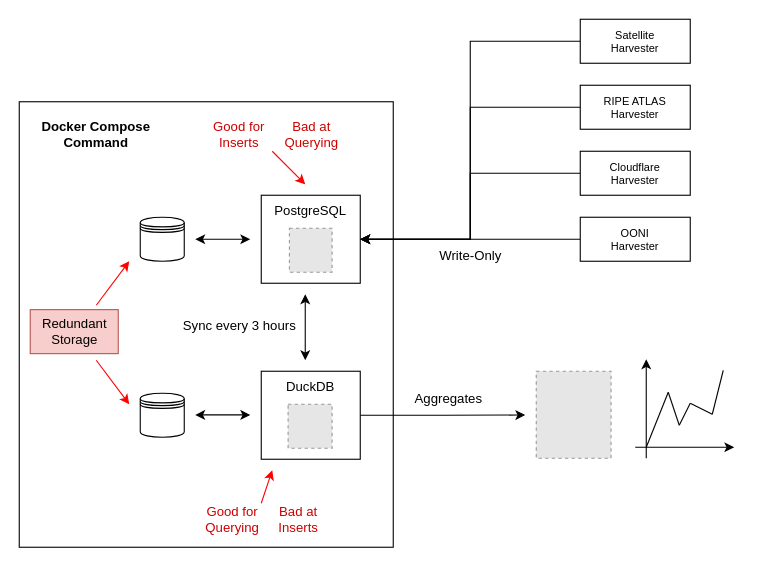
Above: docs/notes/architecture.drawio in diic-starlink/performance-insights-into-starlink (draw.io), before the change. Source tidied: cells renumbered, new cells numbered last; positions are measured from the earlier drawing's top-left corner, leaving out a move shared by most shapes. Both pictures are drawn from the tidied source at 110%, with x=0, y=0 at pixel (19, 19). Pictures stored in the file or linked from it are replaced by grey dashed boxes.
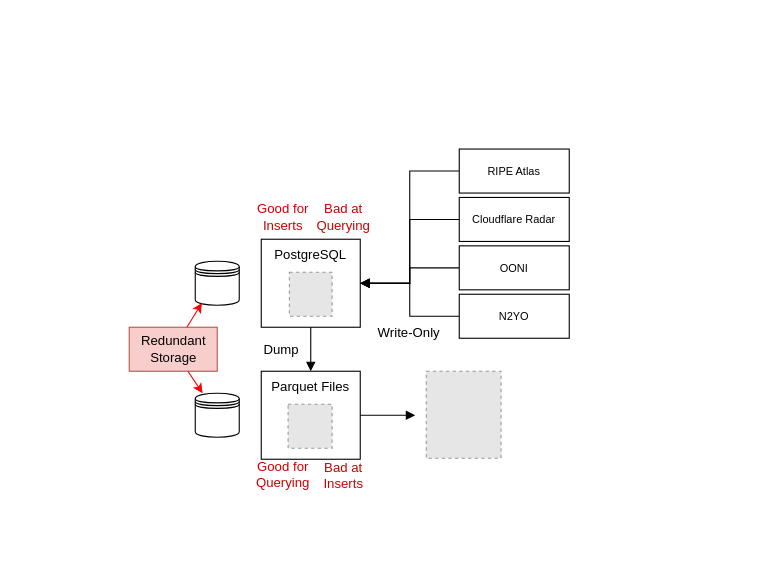
Above is the later version.

What changed in the source:
```diff
@@
     <mxCell id="2" value="PostgreSQL" style="rounded=0;whiteSpace=wrap;html=1;verticalAlign=top;" parent="1" vertex="1">
-      <mxGeometry x="220" y="160" width="90" height="80" as="geometry" />
+      <mxGeometry x="220" y="200" width="90" height="80" as="geometry" />
     </mxCell>
     <mxCell id="3" style="fillColor=#E6E6E6;strokeColor=#999999;dashed=1;verticalLabelPosition=bottom;labelBackgroundColor=default;verticalAlign=top;" parent="1" vertex="1">
-      <mxGeometry x="245.6" y="190" width="38.8" height="40" as="geometry" />
+      <mxGeometry x="245.6" y="230" width="38.8" height="40" as="geometry" />
     </mxCell>
     <mxCell id="4" style="shape=datastore;whiteSpace=wrap;html=1;" parent="1" vertex="1">
-      <mxGeometry x="110" y="180" width="40" height="40" as="geometry" />
+      <mxGeometry x="160" y="220" width="40" height="40" as="geometry" />
     </mxCell>
-    <mxCell id="5" style="endArrow=classic;startArrow=classic;html=1;rounded=0;" parent="1" edge="1">
-      <mxGeometry relative="1" as="geometry">
-        <mxPoint x="160" y="200" as="sourcePoint" />
-        <mxPoint x="210" y="200" as="targetPoint" />
-      </mxGeometry>
-    </mxCell>
-    <mxCell id="6" style="edgeStyle=orthogonalEdgeStyle;rounded=0;jettySize=auto;html=1;exitX=1;exitY=0.5;exitDx=0;exitDy=0;" parent="1" edge="1" source="7">
-      <mxGeometry relative="1" as="geometry">
-        <mxPoint x="460" y="359.8" as="targetPoint" />
-      </mxGeometry>
-    </mxCell>
-    <mxCell id="7" value="DuckDB" style="rounded=0;whiteSpace=wrap;html=1;verticalAlign=top;" parent="1" vertex="1">
+    <mxCell id="7" value="Parquet Files" style="rounded=0;whiteSpace=wrap;html=1;verticalAlign=top;" parent="1" vertex="1">
       <mxGeometry x="220" y="320" width="90" height="80" as="geometry" />
     </mxCell>
@@
     <mxCell id="9" style="shape=datastore;whiteSpace=wrap;html=1;" parent="1" vertex="1">
-      <mxGeometry x="110" y="340" width="40" height="40" as="geometry" />
+      <mxGeometry x="160" y="340" width="40" height="40" as="geometry" />
     </mxCell>
-    <mxCell id="10" style="endArrow=classic;startArrow=classic;html=1;rounded=0;" parent="1" edge="1">
-      <mxGeometry relative="1" as="geometry">
-        <mxPoint x="160" y="359.7" as="sourcePoint" />
-        <mxPoint x="210" y="359.7" as="targetPoint" />
-      </mxGeometry>
-    </mxCell>
-    <mxCell id="11" style="endArrow=classic;startArrow=classic;html=1;rounded=0;" parent="1" edge="1">
-      <mxGeometry relative="1" as="geometry">
-        <mxPoint x="260" y="250" as="sourcePoint" />
-        <mxPoint x="260" y="310" as="targetPoint" />
-      </mxGeometry>
+    <mxCell id="11" style="endArrow=block;startArrow=none;html=1;rounded=0;startFill=0;exitX=0.5;exitY=1;exitDx=0;exitDy=0;entryX=0.5;entryY=0;entryDx=0;entryDy=0;endFill=1;" parent="1" edge="1" source="2" target="7">
+      <mxGeometry relative="1" as="geometry" />
     </mxCell>
-    <mxCell id="12" value="Sync every 3 hours" style="text;html=1;align=center;verticalAlign=middle;strokeColor=none;fillColor=none;" parent="1" vertex="1">
-      <mxGeometry x="135" y="264" width="130" height="30" as="geometry" />
+    <mxCell id="12" value="Dump" style="text;html=1;align=center;verticalAlign=middle;strokeColor=none;fillColor=none;" parent="1" vertex="1">
+      <mxGeometry x="208" y="286" width="60" height="30" as="geometry" />
     </mxCell>
-    <mxCell id="13" style="edgeStyle=orthogonalEdgeStyle;rounded=0;jettySize=auto;html=1;exitX=0;exitY=0.5;exitDx=0;exitDy=0;entryX=1;entryY=0.5;entryDx=0;entryDy=0;" parent="1" edge="1" source="14" target="2">
+    <mxCell id="13" style="edgeStyle=orthogonalEdgeStyle;rounded=0;jettySize=auto;html=1;exitX=0;exitY=0.5;exitDx=0;exitDy=0;entryX=1;entryY=0.5;entryDx=0;entryDy=0;endArrow=block;endFill=1;" parent="1" edge="1" source="14" target="2">
       <mxGeometry relative="1" as="geometry" />
     </mxCell>
-    <mxCell id="14" value="RIPE ATLAS&lt;div style=&quot;font-size: 10px;&quot;&gt;Harvester&lt;/div&gt;" style="rounded=0;whiteSpace=wrap;html=1;fontSize=10;" parent="1" vertex="1">
-      <mxGeometry x="510" y="60" width="100" height="40" as="geometry" />
+    <mxCell id="14" value="Cloudflare Radar" style="rounded=0;whiteSpace=wrap;html=1;fontSize=10;" parent="1" vertex="1">
+      <mxGeometry x="400" y="162" width="100" height="40" as="geometry" />
     </mxCell>
-    <mxCell id="15" style="edgeStyle=orthogonalEdgeStyle;rounded=0;jettySize=auto;html=1;exitX=0;exitY=0.5;exitDx=0;exitDy=0;entryX=1;entryY=0.5;entryDx=0;entryDy=0;" parent="1" edge="1" source="16" target="2">
+    <mxCell id="15" style="edgeStyle=orthogonalEdgeStyle;rounded=0;jettySize=auto;html=1;exitX=0;exitY=0.5;exitDx=0;exitDy=0;entryX=1;entryY=0.5;entryDx=0;entryDy=0;endArrow=block;endFill=1;" parent="1" edge="1" source="16" target="2">
       <mxGeometry relative="1" as="geometry" />
     </mxCell>
-    <mxCell id="16" value="&lt;div style=&quot;font-size: 10px;&quot;&gt;Cloudflare&lt;/div&gt;&lt;div style=&quot;font-size: 10px;&quot;&gt;Harvester&lt;/div&gt;" style="rounded=0;whiteSpace=wrap;html=1;fontSize=10;" parent="1" vertex="1">
-      <mxGeometry x="510" y="120" width="100" height="40" as="geometry" />
+    <mxCell id="16" value="&lt;div style=&quot;font-size: 10px;&quot;&gt;OONI&lt;/div&gt;" style="rounded=0;whiteSpace=wrap;html=1;fontSize=10;" parent="1" vertex="1">
+      <mxGeometry x="400" y="206" width="100" height="40" as="geometry" />
     </mxCell>
-    <mxCell id="17" style="edgeStyle=orthogonalEdgeStyle;rounded=0;jettySize=auto;html=1;exitX=0;exitY=0.5;exitDx=0;exitDy=0;entryX=1;entryY=0.5;entryDx=0;entryDy=0;" parent="1" edge="1" source="18" target="2">
+    <mxCell id="17" style="edgeStyle=orthogonalEdgeStyle;rounded=0;jettySize=auto;html=1;exitX=0;exitY=0.5;exitDx=0;exitDy=0;entryX=1;entryY=0.5;entryDx=0;entryDy=0;endArrow=block;endFill=1;" parent="1" edge="1" source="18" target="2">
       <mxGeometry relative="1" as="geometry" />
     </mxCell>
-    <mxCell id="18" value="&lt;div style=&quot;font-size: 10px;&quot;&gt;OONI&lt;/div&gt;&lt;div style=&quot;font-size: 10px;&quot;&gt;Harvester&lt;/div&gt;" style="rounded=0;whiteSpace=wrap;html=1;fontSize=10;" parent="1" vertex="1">
-      <mxGeometry x="510" y="180" width="100" height="40" as="geometry" />
+    <mxCell id="18" value="&lt;div style=&quot;font-size: 10px;&quot;&gt;N2YO&lt;/div&gt;" style="rounded=0;whiteSpace=wrap;html=1;fontSize=10;" parent="1" vertex="1">
+      <mxGeometry x="400" y="250" width="100" height="40" as="geometry" />
     </mxCell>
     <mxCell id="19" value="Write-Only" style="text;html=1;align=center;verticalAlign=middle;strokeColor=none;fillColor=none;" parent="1" vertex="1">
-      <mxGeometry x="370" y="200" width="80" height="30" as="geometry" />
+      <mxGeometry x="313.5" y="270" width="80" height="30" as="geometry" />
     </mxCell>
-    <mxCell id="20" style="fillColor=#E6E6E6;strokeColor=#999999;dashed=1;verticalLabelPosition=bottom;labelBackgroundColor=default;verticalAlign=top;" parent="1" vertex="1">
-      <mxGeometry x="470" y="320" width="68" height="79.1" as="geometry" />
-    </mxCell>
-    <mxCell id="21" value="Aggregates" style="text;html=1;align=center;verticalAlign=middle;strokeColor=none;fillColor=none;" parent="1" vertex="1">
-      <mxGeometry x="350" y="330" width="80" height="30" as="geometry" />
-    </mxCell>
     <mxCell id="22" value="Redundant&lt;div&gt;Storage&lt;/div&gt;" style="text;html=1;align=center;verticalAlign=middle;points=[];strokeColor=#b85450;fillColor=#f8cecc;" parent="1" vertex="1">
-      <mxGeometry x="10" y="264" width="80" height="40" as="geometry" />
+      <mxGeometry x="100" y="280" width="80" height="40" as="geometry" />
     </mxCell>
-    <mxCell id="23" style="endArrow=classic;html=1;rounded=0;strokeColor=#FF0000;" parent="1" edge="1">
-      <mxGeometry relative="1" as="geometry">
-        <mxPoint x="70" y="260" as="sourcePoint" />
-        <mxPoint x="100" y="220" as="targetPoint" />
-      </mxGeometry>
+    <mxCell id="23" style="endArrow=classic;html=1;rounded=0;strokeColor=#FF0000;entryX=0.15;entryY=0.95;entryDx=0;entryDy=0;entryPerimeter=0;" parent="1" edge="1" source="22" target="4">
+      <mxGeometry relative="1" as="geometry" />
     </mxCell>
-    <mxCell id="24" style="endArrow=classic;html=1;rounded=0;strokeColor=#FF0000;" parent="1" edge="1">
-      <mxGeometry relative="1" as="geometry">
-        <mxPoint x="70" y="310" as="sourcePoint" />
-        <mxPoint x="100" y="350" as="targetPoint" />
-      </mxGeometry>
+    <mxCell id="24" style="endArrow=classic;html=1;rounded=0;strokeColor=#FF0000;" parent="1" edge="1" source="22" target="9">
+      <mxGeometry relative="1" as="geometry" />
     </mxCell>
-    <mxCell id="25" style="endArrow=classic;html=1;rounded=0;strokeColor=#FF0000;" parent="1" edge="1">
-      <mxGeometry relative="1" as="geometry">
-        <mxPoint x="220" y="440" as="sourcePoint" />
-        <mxPoint x="230" y="410" as="targetPoint" />
-      </mxGeometry>
-    </mxCell>
     <mxCell id="26" value="Good for Querying" style="text;html=1;align=center;verticalAlign=middle;whiteSpace=wrap;rounded=0;fontColor=#CC0000;" parent="1" vertex="1">
-      <mxGeometry x="164.4" y="440" width="60" height="30" as="geometry" />
+      <mxGeometry x="210" y="399.1" width="60" height="30" as="geometry" />
     </mxCell>
-    <mxCell id="27" style="endArrow=classic;html=1;rounded=0;strokeColor=#FF0000;" parent="1" edge="1">
-      <mxGeometry relative="1" as="geometry">
-        <mxPoint x="230" y="120" as="sourcePoint" />
-        <mxPoint x="260" y="150" as="targetPoint" />
-      </mxGeometry>
-    </mxCell>
     <mxCell id="28" value="Good for Inserts" style="text;html=1;align=center;verticalAlign=middle;whiteSpace=wrap;rounded=0;fontColor=#CC0000;" parent="1" vertex="1">
-      <mxGeometry x="170" y="90" width="60" height="30" as="geometry" />
+      <mxGeometry x="210" y="165" width="60" height="30" as="geometry" />
     </mxCell>
     <mxCell id="29" value="Bad at Querying" style="text;html=1;align=center;verticalAlign=middle;whiteSpace=wrap;rounded=0;fontColor=#CC0000;" parent="1" vertex="1">
-      <mxGeometry x="235.6" y="90" width="60" height="30" as="geometry" />
+      <mxGeometry x="265" y="165" width="60" height="30" as="geometry" />
     </mxCell>
     <mxCell id="30" value="Bad at Inserts" style="text;html=1;align=center;verticalAlign=middle;whiteSpace=wrap;rounded=0;fontColor=#CC0000;" parent="1" vertex="1">
-      <mxGeometry x="224.4" y="440" width="60" height="30" as="geometry" />
+      <mxGeometry x="265" y="400" width="60" height="30" as="geometry" />
     </mxCell>
-    <mxCell id="31" style="group;" parent="1" vertex="1">
-      <mxGeometry x="560" y="309.1" width="90" height="90" as="geometry" />
-    </mxCell>
-    <mxCell id="32" style="endArrow=classic;html=1;rounded=0;" parent="31" edge="1">
-      <mxGeometry relative="1" as="geometry">
-        <mxPoint x="10" y="90" as="sourcePoint" />
-        <mxPoint x="10" as="targetPoint" />
-      </mxGeometry>
-    </mxCell>
-    <mxCell id="33" style="endArrow=classic;html=1;rounded=0;" parent="31" edge="1">
-      <mxGeometry relative="1" as="geometry">
-        <mxPoint y="80" as="sourcePoint" />
-        <mxPoint x="90" y="80" as="targetPoint" />
-      </mxGeometry>
-    </mxCell>
-    <mxCell id="34" style="endArrow=none;html=1;rounded=0;" parent="31" edge="1">
-      <mxGeometry relative="1" as="geometry">
-        <mxPoint x="10" y="80" as="sourcePoint" />
-        <mxPoint x="30" y="30" as="targetPoint" />
-      </mxGeometry>
-    </mxCell>
-    <mxCell id="35" style="endArrow=none;html=1;rounded=0;" parent="31" edge="1">
-      <mxGeometry relative="1" as="geometry">
-        <mxPoint x="30" y="30" as="sourcePoint" />
-        <mxPoint x="40" y="60" as="targetPoint" />
-      </mxGeometry>
-    </mxCell>
-    <mxCell id="36" style="endArrow=none;html=1;rounded=0;" parent="31" edge="1">
-      <mxGeometry relative="1" as="geometry">
-        <mxPoint x="50" y="40" as="sourcePoint" />
-        <mxPoint x="40" y="60" as="targetPoint" />
-      </mxGeometry>
-    </mxCell>
-    <mxCell id="37" style="endArrow=none;html=1;rounded=0;" parent="31" edge="1">
-      <mxGeometry relative="1" as="geometry">
-        <mxPoint x="50" y="40" as="sourcePoint" />
-        <mxPoint x="70" y="50" as="targetPoint" />
-      </mxGeometry>
-    </mxCell>
-    <mxCell id="38" style="endArrow=none;html=1;rounded=0;" parent="31" edge="1">
-      <mxGeometry relative="1" as="geometry">
-        <mxPoint x="80" y="10" as="sourcePoint" />
-        <mxPoint x="70" y="50" as="targetPoint" />
-      </mxGeometry>
-    </mxCell>
-    <mxCell id="39" style="edgeStyle=orthogonalEdgeStyle;rounded=0;jettySize=auto;html=1;exitX=0;exitY=0.5;exitDx=0;exitDy=0;entryX=1;entryY=0.5;entryDx=0;entryDy=0;" parent="1" edge="1" source="40" target="2">
+    <mxCell id="39" style="edgeStyle=orthogonalEdgeStyle;rounded=0;jettySize=auto;html=1;exitX=0;exitY=0.5;exitDx=0;exitDy=0;entryX=1;entryY=0.5;entryDx=0;entryDy=0;endArrow=block;endFill=1;" parent="1" edge="1" source="40" target="2">
       <mxGeometry relative="1" as="geometry" />
     </mxCell>
-    <mxCell id="40" value="Satellite&lt;div&gt;Harvester&lt;/div&gt;" style="rounded=0;whiteSpace=wrap;html=1;fontSize=10;" parent="1" vertex="1">
-      <mxGeometry x="510" width="100" height="40" as="geometry" />
+    <mxCell id="40" value="RIPE Atlas" style="rounded=0;whiteSpace=wrap;html=1;fontSize=10;" parent="1" vertex="1">
+      <mxGeometry x="400" y="118" width="100" height="40" as="geometry" />
     </mxCell>
-    <mxCell id="41" style="rounded=0;whiteSpace=wrap;html=1;fillColor=none;" parent="1" vertex="1">
-      <mxGeometry y="75" width="340" height="405" as="geometry" />
-    </mxCell>
-    <mxCell id="42" value="Docker Compose Command" style="text;html=1;align=center;verticalAlign=middle;whiteSpace=wrap;rounded=0;fontStyle=1;" parent="1" vertex="1">
-      <mxGeometry y="90" width="140" height="30" as="geometry" />
-    </mxCell>
+    <mxCell id="43" style="edgeStyle=orthogonalEdgeStyle;rounded=0;jettySize=auto;html=1;exitX=1;exitY=0.5;exitDx=0;exitDy=0;endArrow=block;endFill=1;" parent="1" edge="1" source="7">
+      <mxGeometry relative="1" as="geometry">
+        <mxPoint x="360" y="360" as="targetPoint" />
+      </mxGeometry>
+    </mxCell>
+    <mxCell id="20" style="fillColor=#E6E6E6;strokeColor=#999999;dashed=1;verticalLabelPosition=bottom;labelBackgroundColor=default;verticalAlign=top;" parent="1" vertex="1">
+      <mxGeometry x="370" y="320" width="68" height="79.1" as="geometry" />
+    </mxCell>
```
